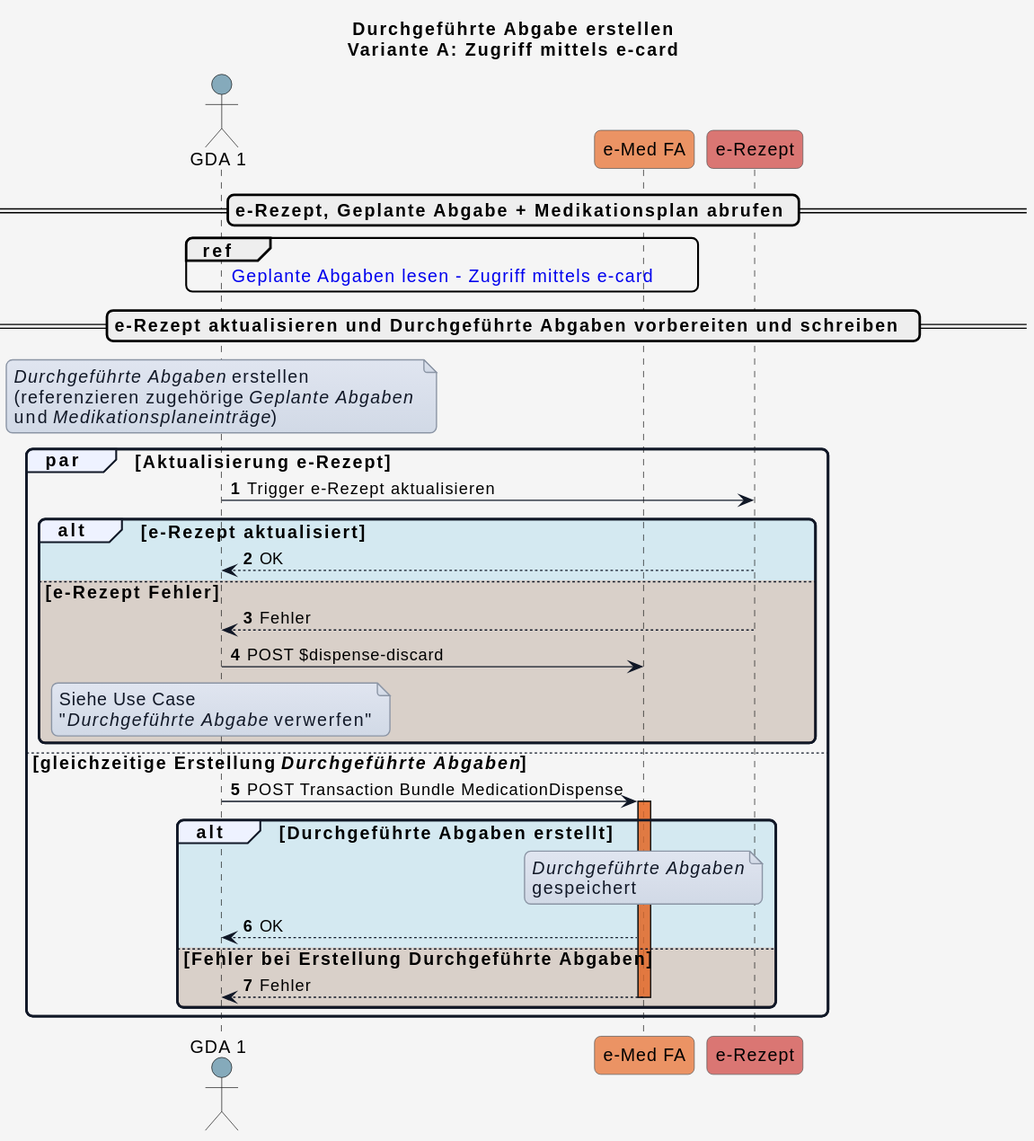
The PlantUML diagram input/images/plantuml/UC_eMed_09_01_a.svg in HL7Austria/ELGA-e-Medikation-R4, before a commit. The source it was exported from:
```plantuml
@startuml
title Durchgeführte Abgabe erstellen\nVariante A: Zugriff mittels e-card


skinparam borderColor #000000
skinparam backgroundColor #f5f5f5
skinparam shadowing false
skinparam roundCorner 10
skinparam defaultFontName "Arial"
skinparam defaultFontSize 14
skinparam defaultFontColor #000000
skinparam HyperlinkColor #0000EE
skinparam HyperlinkUnderline false
skinparam BoxPadding 20
skinparam BoxBorderColor #555555

skinparam note {
  BackgroundColor #e0e5f0-#d1d9e6
  BorderColor #8b95a5
  BorderThickness 1
  RoundCorner 0
  Padding 6
  FontColor #111827
  Shadowing false
}

skinparam sequence {
  ParticipantBorderColor #555555
  ParticipantFontColor #000000
  ParticipantFontSize 14
  ParticipantPadding 20
  ArrowColor #111827
  ArrowThickness 1
  ArrowFontColor #000000
  ArrowFontSize 13
  GroupBorderColor #111827
  GroupBackgroundColor #eef2ff
  GroupBorderThickness 2
}

!define COLOR_GDA_1    #15608280
!define COLOR_GDA_2    #96607D80
!define COLOR_PATIENT  #196B2480
!define COLOR_APO      #0F9ED590
!define COLOR_EMED_FA  #e97232bd
!define COLOR_E_REZEPT #cd3732a9

!define COLOR_OK       #0F9ED525
!define COLOR_ERROR    #E9713235

actor GDA_1 as "GDA 1" COLOR_GDA_1
participant eMed_FA as "e-Med FA" COLOR_EMED_FA
participant e_Rezept as "e-Rezept" COLOR_E_REZEPT

autonumber

== e-Rezept, Geplante Abgabe + Medikationsplan abrufen ==

  ref over GDA_1, eMed_FA : [[Sub_UC_eMed_07_01.html#sub_uc_emed_07_01_a-zugriff-mittels-e-card Geplante Abgaben lesen - Zugriff mittels e-card]]

== e-Rezept aktualisieren und Durchgeführte Abgaben vorbereiten und schreiben  ==

note over GDA_1
<i>Durchgeführte Abgaben</i> erstellen
(referenzieren zugehörige <i>Geplante Abgaben</i>
und <i>Medikationsplaneinträge</i>)
end note


par Aktualisierung e-Rezept

  GDA_1 -> e_Rezept: Trigger e-Rezept aktualisieren

  alt COLOR_OK e-Rezept aktualisiert
    e_Rezept --> GDA_1: OK

  else COLOR_ERROR e-Rezept Fehler
    e_Rezept --> GDA_1: Fehler
    deactivate e_Rezept

    GDA_1 -> eMed_FA: POST $dispense-discard​

    note over GDA_1
    Siehe Use Case
    "<i>Durchgeführte Abgabe</i> verwerfen"
    end note
  end



else gleichzeitige Erstellung <i>Durchgeführte Abgaben</i>

  GDA_1 -> eMed_FA: POST Transaction Bundle MedicationDispense
  activate eMed_FA COLOR_EMED_FA

  alt COLOR_OK Durchgeführte Abgaben erstellt

    note over eMed_FA
    <i>Durchgeführte Abgaben</i>
    gespeichert
    end note

    eMed_FA --> GDA_1: OK

  else COLOR_ERROR Fehler bei Erstellung Durchgeführte Abgaben
    eMed_FA --> GDA_1: Fehler
    deactivate eMed_FA

  end
end
@enduml
```
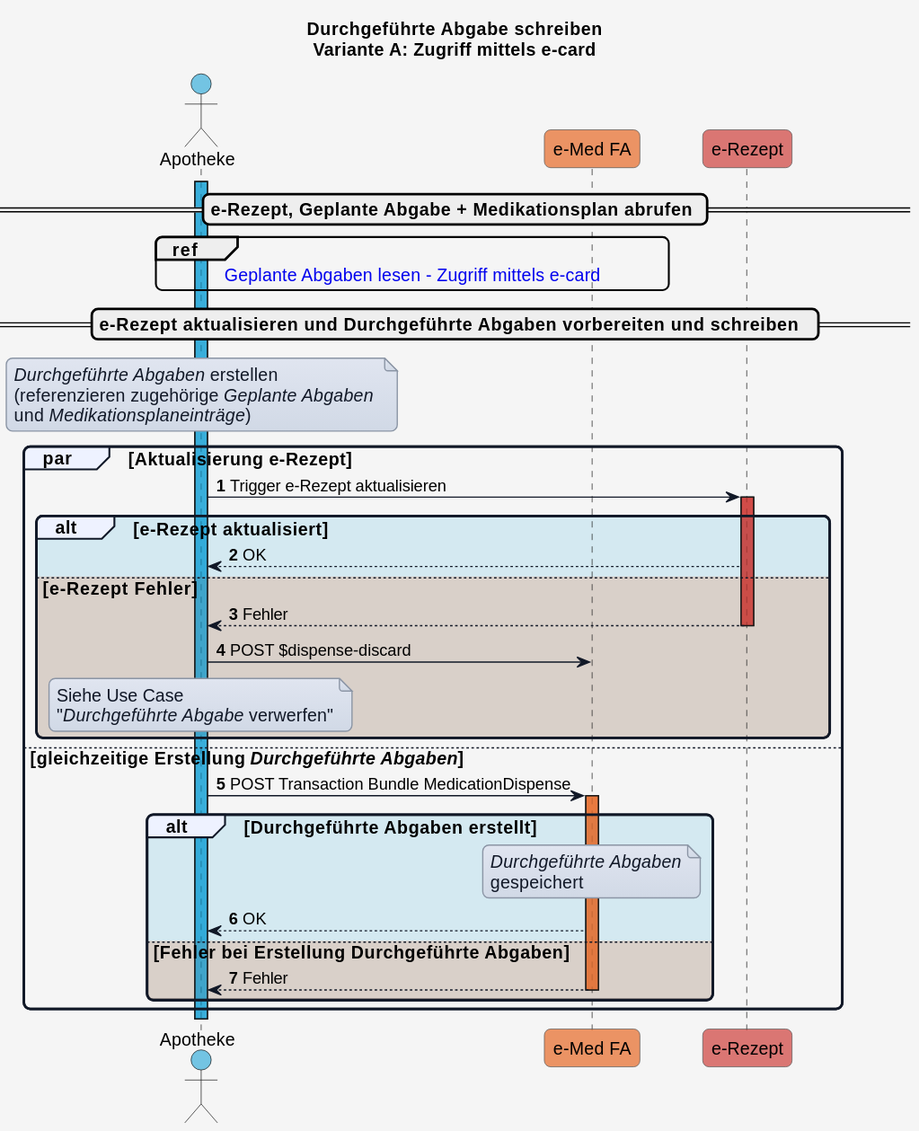
The same diagram one commit later.

What changed in the source:
```diff
@@ -1,5 +1,5 @@
 @startuml
-title Durchgeführte Abgabe erstellen\nVariante A: Zugriff mittels e-card
+title Durchgeführte Abgabe schreiben\nVariante A: Zugriff mittels e-card
 
 
 skinparam borderColor #000000
@@ -48,19 +48,20 @@
 !define COLOR_OK       #0F9ED525
 !define COLOR_ERROR    #E9713235
 
-actor GDA_1 as "GDA 1" COLOR_GDA_1
+actor GDA_Apo as "Apotheke" COLOR_APO
 participant eMed_FA as "e-Med FA" COLOR_EMED_FA
 participant e_Rezept as "e-Rezept" COLOR_E_REZEPT
 
 autonumber
 
+activate GDA_Apo COLOR_APO
 == e-Rezept, Geplante Abgabe + Medikationsplan abrufen ==
 
-  ref over GDA_1, eMed_FA : [[Sub_UC_eMed_07_01.html#sub_uc_emed_07_01_a-zugriff-mittels-e-card Geplante Abgaben lesen - Zugriff mittels e-card]]
+  ref over GDA_Apo, eMed_FA : [[Sub_UC_eMed_07_01.html#sub_uc_emed_07_01_a-zugriff-mittels-e-card Geplante Abgaben lesen - Zugriff mittels e-card]]
 
 == e-Rezept aktualisieren und Durchgeführte Abgaben vorbereiten und schreiben  ==
 
-note over GDA_1
+note over GDA_Apo
 <i>Durchgeführte Abgaben</i> erstellen
 (referenzieren zugehörige <i>Geplante Abgaben</i>
 und <i>Medikationsplaneinträge</i>)
@@ -69,18 +70,19 @@
 
 par Aktualisierung e-Rezept
 
-  GDA_1 -> e_Rezept: Trigger e-Rezept aktualisieren
+  GDA_Apo -> e_Rezept: Trigger e-Rezept aktualisieren
+  activate e_Rezept COLOR_E_REZEPT
 
   alt COLOR_OK e-Rezept aktualisiert
-    e_Rezept --> GDA_1: OK
+    e_Rezept --> GDA_Apo: OK
 
   else COLOR_ERROR e-Rezept Fehler
-    e_Rezept --> GDA_1: Fehler
+    e_Rezept --> GDA_Apo: Fehler
     deactivate e_Rezept
 
-    GDA_1 -> eMed_FA: POST $dispense-discard​
+    GDA_Apo -> eMed_FA: POST $dispense-discard​
 
-    note over GDA_1
+    note over GDA_Apo
     Siehe Use Case
     "<i>Durchgeführte Abgabe</i> verwerfen"
     end note
@@ -90,7 +92,7 @@
 
 else gleichzeitige Erstellung <i>Durchgeführte Abgaben</i>
 
-  GDA_1 -> eMed_FA: POST Transaction Bundle MedicationDispense
+  GDA_Apo -> eMed_FA: POST Transaction Bundle MedicationDispense
   activate eMed_FA COLOR_EMED_FA
 
   alt COLOR_OK Durchgeführte Abgaben erstellt
@@ -100,10 +102,10 @@
     gespeichert
     end note
 
-    eMed_FA --> GDA_1: OK
+    eMed_FA --> GDA_Apo: OK
 
   else COLOR_ERROR Fehler bei Erstellung Durchgeführte Abgaben
-    eMed_FA --> GDA_1: Fehler
+    eMed_FA --> GDA_Apo: Fehler
     deactivate eMed_FA
 
   end
```
